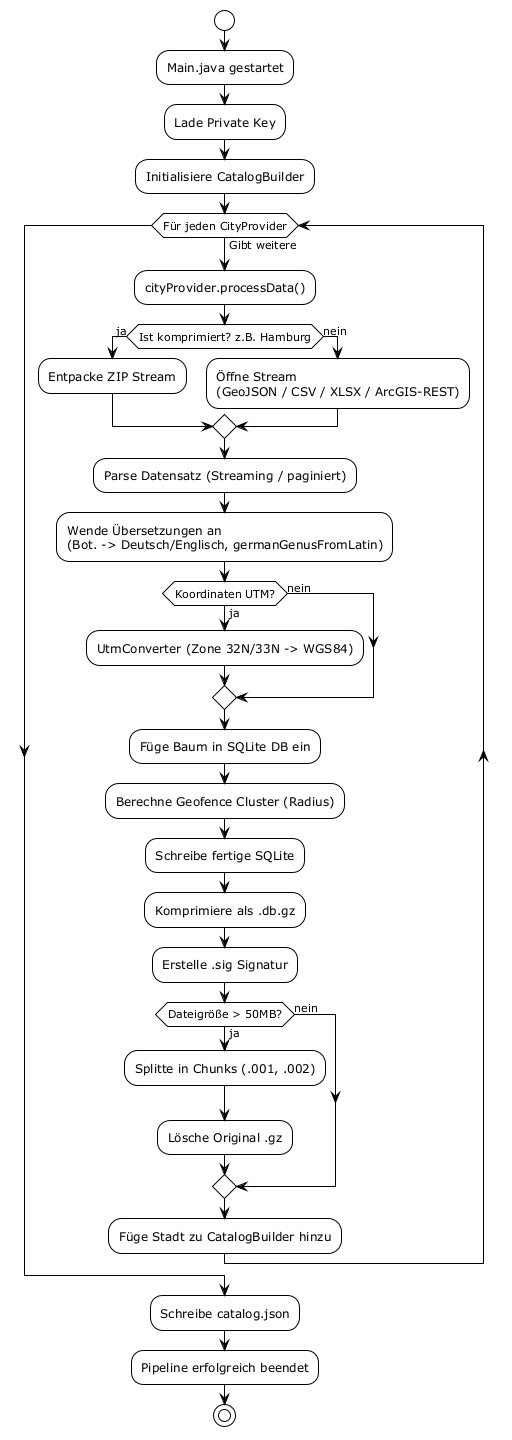
This is docs/architecture/02_data_ingestion.png from matthili/BaumRadar, a PlantUML export, as it was before one commit.
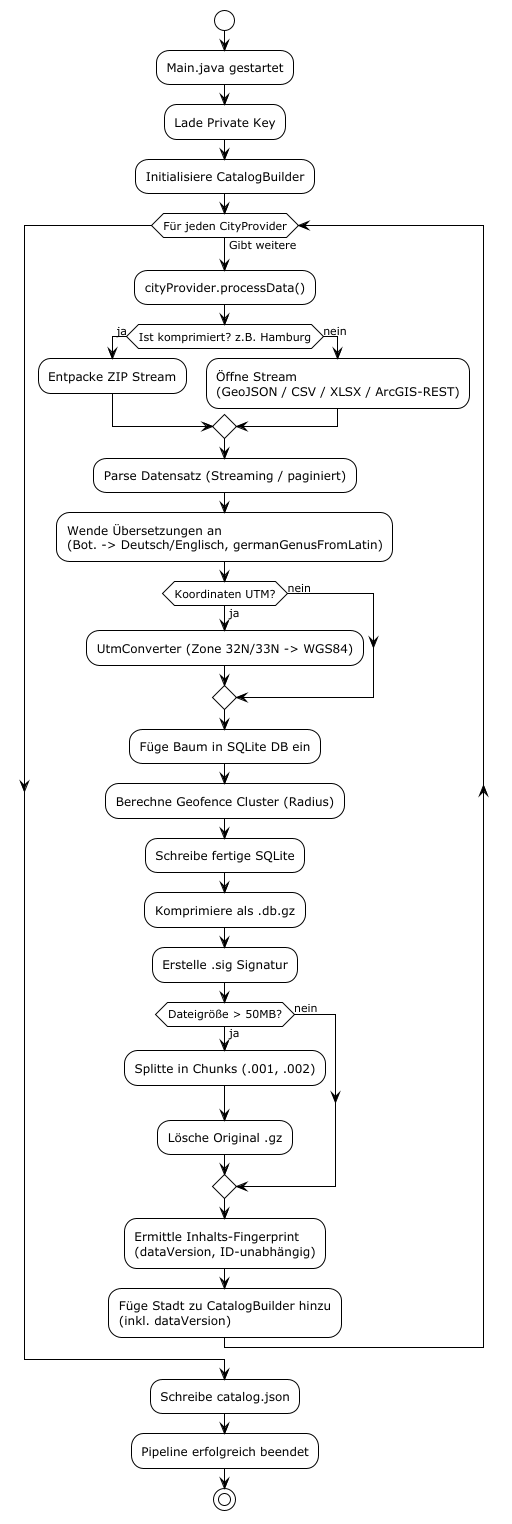
Later version of the same file.

What changed in the source:
```diff
@@ -36,7 +36,8 @@
   else (nein)
   endif
 
-  :Füge Stadt zu CatalogBuilder hinzu;
+  :Ermittle Inhalts-Fingerprint\n(dataVersion, ID-unabhängig);
+  :Füge Stadt zu CatalogBuilder hinzu\n(inkl. dataVersion);
 endwhile
 
 :Schreibe catalog.json;
```
